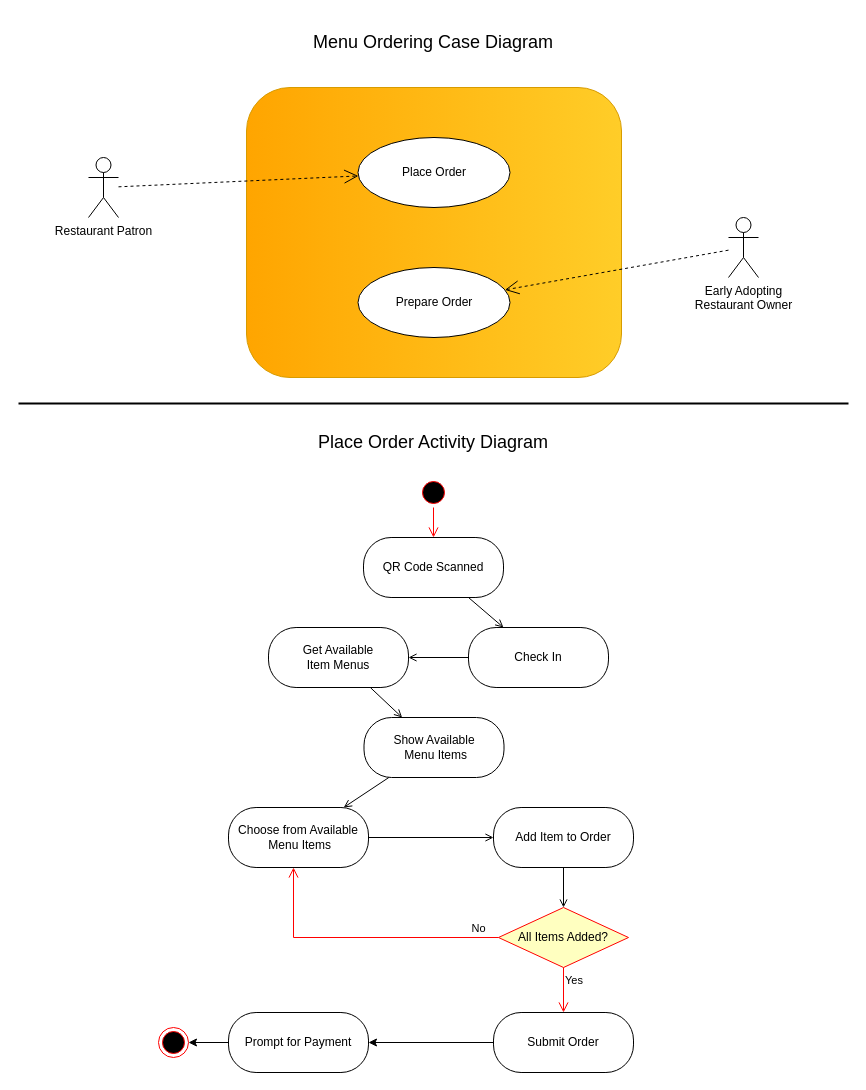
The draw.io diagram page "UseCase" (1 of 3) of diagrams/MenuOrderingDesign.drawio in k0nig1/verkauf-konig, before the edit. Source tidied: cells renumbered, new cells numbered last; positions are measured from the earlier drawing's top-left corner, leaving out a move shared by most shapes. Both pictures are drawn from the tidied source at 100%, with x=0, y=0 at pixel (18, 17).
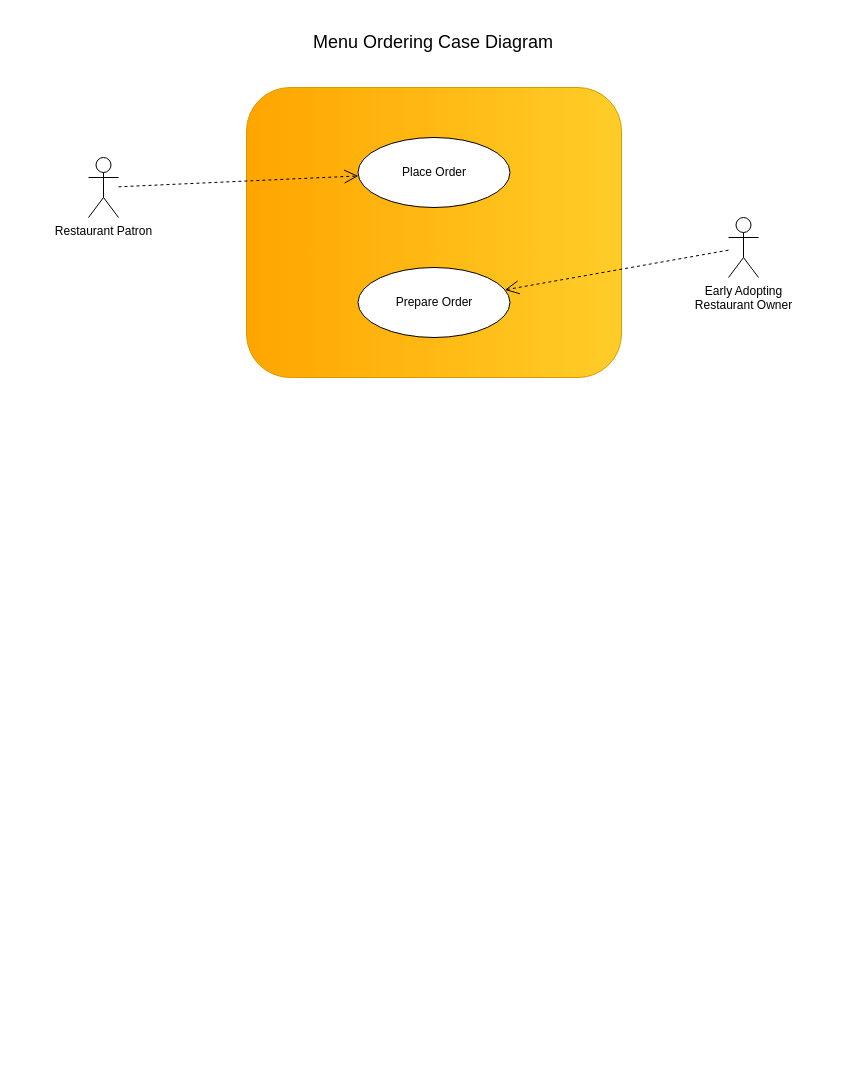
The same diagram, later.

Diff of the diagram source:
```diff
@@
-    <mxCell id="11" value="&lt;font style=&quot;font-size: 18px;&quot;&gt;Place Order Activity Diagram&lt;/font&gt;" style="text;html=1;strokeColor=none;fillColor=none;align=center;verticalAlign=middle;whiteSpace=wrap;rounded=0;" parent="1" vertex="1">
-      <mxGeometry x="270" y="400" width="290" height="50" as="geometry" />
-    </mxCell>
-    <mxCell id="12" style="line;strokeWidth=2;fillColor=none;align=left;verticalAlign=middle;spacingTop=-1;spacingLeft=3;spacingRight=3;labelPosition=right;strokeColor=inherit;" parent="1" vertex="1">
-      <mxGeometry y="372" width="830" height="28" as="geometry" />
-    </mxCell>
-    <mxCell id="13" style="ellipse;html=1;shape=startState;fillColor=#000000;strokeColor=#ff0000;" parent="1" vertex="1">
-      <mxGeometry x="400" y="460" width="30" height="30" as="geometry" />
-    </mxCell>
-    <mxCell id="14" style="edgeStyle=orthogonalEdgeStyle;html=1;verticalAlign=bottom;endArrow=open;endSize=8;strokeColor=#ff0000;rounded=0;" parent="1" edge="1" source="13" target="15">
-      <mxGeometry relative="1" as="geometry" />
-    </mxCell>
-    <mxCell id="15" value="QR Code Scanned" style="html=1;whiteSpace=wrap;rounded=1;arcSize=46;" parent="1" vertex="1">
-      <mxGeometry x="345" y="520" width="140" height="60" as="geometry" />
-    </mxCell>
-    <mxCell id="16" value="Check In" style="html=1;whiteSpace=wrap;rounded=1;arcSize=46;" parent="1" vertex="1">
-      <mxGeometry x="450" y="610" width="140" height="60" as="geometry" />
-    </mxCell>
-    <mxCell id="17" style="endArrow=open;html=1;rounded=0;endFill=0;" parent="1" edge="1" source="15" target="16">
-      <mxGeometry relative="1" as="geometry" />
-    </mxCell>
-    <mxCell id="18" value="Get Available&lt;br&gt;Item Menus" style="html=1;whiteSpace=wrap;rounded=1;arcSize=46;" parent="1" vertex="1">
-      <mxGeometry x="250" y="610" width="140" height="60" as="geometry" />
-    </mxCell>
-    <mxCell id="19" style="endArrow=open;html=1;rounded=0;endFill=0;" parent="1" edge="1" source="16" target="18">
-      <mxGeometry relative="1" as="geometry" />
-    </mxCell>
-    <mxCell id="20" value="Show Available&lt;br&gt;&amp;nbsp;Menu Items" style="html=1;whiteSpace=wrap;rounded=1;arcSize=46;" parent="1" vertex="1">
-      <mxGeometry x="345.5" y="700" width="140" height="60" as="geometry" />
-    </mxCell>
-    <mxCell id="21" style="endArrow=open;html=1;rounded=0;endFill=0;" parent="1" edge="1" source="18" target="20">
-      <mxGeometry relative="1" as="geometry" />
-    </mxCell>
-    <mxCell id="22" style="endArrow=open;html=1;rounded=0;endFill=0;" parent="1" edge="1" source="20" target="23">
-      <mxGeometry relative="1" as="geometry" />
-    </mxCell>
-    <mxCell id="23" value="Choose from Available&lt;br&gt;&amp;nbsp;Menu Items" style="html=1;whiteSpace=wrap;rounded=1;arcSize=46;" parent="1" vertex="1">
-      <mxGeometry x="210" y="790" width="140" height="60" as="geometry" />
-    </mxCell>
-    <mxCell id="24" value="Add Item to Order" style="html=1;whiteSpace=wrap;rounded=1;arcSize=46;" parent="1" vertex="1">
-      <mxGeometry x="475" y="790" width="140" height="60" as="geometry" />
-    </mxCell>
-    <mxCell id="25" style="endArrow=open;html=1;rounded=0;endFill=0;" parent="1" edge="1" source="23" target="24">
-      <mxGeometry relative="1" as="geometry" />
-    </mxCell>
-    <mxCell id="26" value="All Items Added?" style="rhombus;whiteSpace=wrap;html=1;fontColor=#000000;fillColor=#ffffc0;strokeColor=#ff0000;" parent="1" vertex="1">
-      <mxGeometry x="480" y="890" width="130" height="60" as="geometry" />
-    </mxCell>
-    <mxCell id="27" style="edgeStyle=orthogonalEdgeStyle;html=1;align=left;verticalAlign=bottom;endArrow=open;endSize=8;strokeColor=#ff0000;rounded=0;spacing=2;" parent="1" edge="1" source="26" target="23">
-      <mxGeometry x="-1" relative="1" as="geometry">
-        <Array as="points">
-          <mxPoint x="275" y="920" />
-        </Array>
-      </mxGeometry>
-    </mxCell>
-    <mxCell id="28" value="No" style="edgeLabel;html=1;align=center;verticalAlign=middle;" parent="27" vertex="1">
-      <mxGeometry x="-0.5" relative="1" as="geometry">
-        <mxPoint x="48" y="-10" as="offset" />
-      </mxGeometry>
-    </mxCell>
-    <mxCell id="29" value="Yes" style="edgeStyle=orthogonalEdgeStyle;html=1;align=left;verticalAlign=top;endArrow=open;endSize=8;strokeColor=#ff0000;rounded=0;" parent="1" edge="1" source="26" target="32">
-      <mxGeometry x="-1" relative="1" as="geometry">
-        <Array as="points">
-          <mxPoint x="545" y="1010" />
-        </Array>
-      </mxGeometry>
-    </mxCell>
-    <mxCell id="30" style="endArrow=open;html=1;rounded=0;endFill=0;" parent="1" edge="1" source="24" target="26">
-      <mxGeometry relative="1" as="geometry" />
-    </mxCell>
-    <mxCell id="31" style="edgeStyle=orthogonalEdgeStyle;rounded=0;jettySize=auto;html=1;" parent="1" edge="1" source="32" target="35">
-      <mxGeometry relative="1" as="geometry" />
-    </mxCell>
-    <mxCell id="32" value="Submit Order" style="html=1;whiteSpace=wrap;rounded=1;arcSize=46;" parent="1" vertex="1">
-      <mxGeometry x="475" y="995" width="140" height="60" as="geometry" />
-    </mxCell>
-    <mxCell id="33" style="ellipse;html=1;shape=endState;fillColor=#000000;strokeColor=#ff0000;" parent="1" vertex="1">
-      <mxGeometry x="140" y="1010" width="30" height="30" as="geometry" />
-    </mxCell>
-    <mxCell id="34" style="edgeStyle=orthogonalEdgeStyle;rounded=0;jettySize=auto;html=1;" parent="1" edge="1" source="35" target="33">
-      <mxGeometry relative="1" as="geometry" />
-    </mxCell>
-    <mxCell id="35" value="Prompt for Payment" style="html=1;whiteSpace=wrap;rounded=1;arcSize=46;" parent="1" vertex="1">
-      <mxGeometry x="210" y="995" width="140" height="60" as="geometry" />
-    </mxCell>
```
